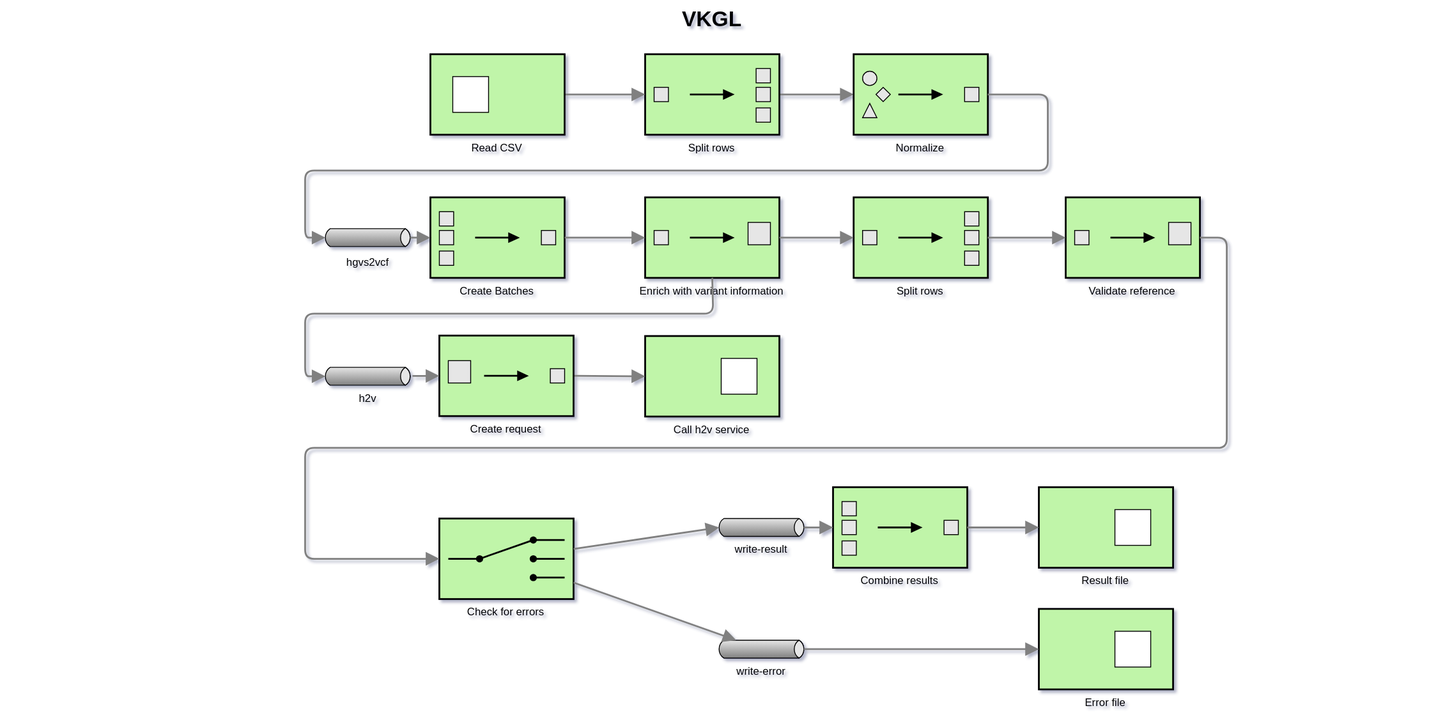
Earlier version of the draw.io export vkgl.svg (molgenis/data-transform-vkgl). Source tidied: cells renumbered, new cells last; positions are measured from the earlier drawing's top-left corner, leaving out a move shared by most shapes.
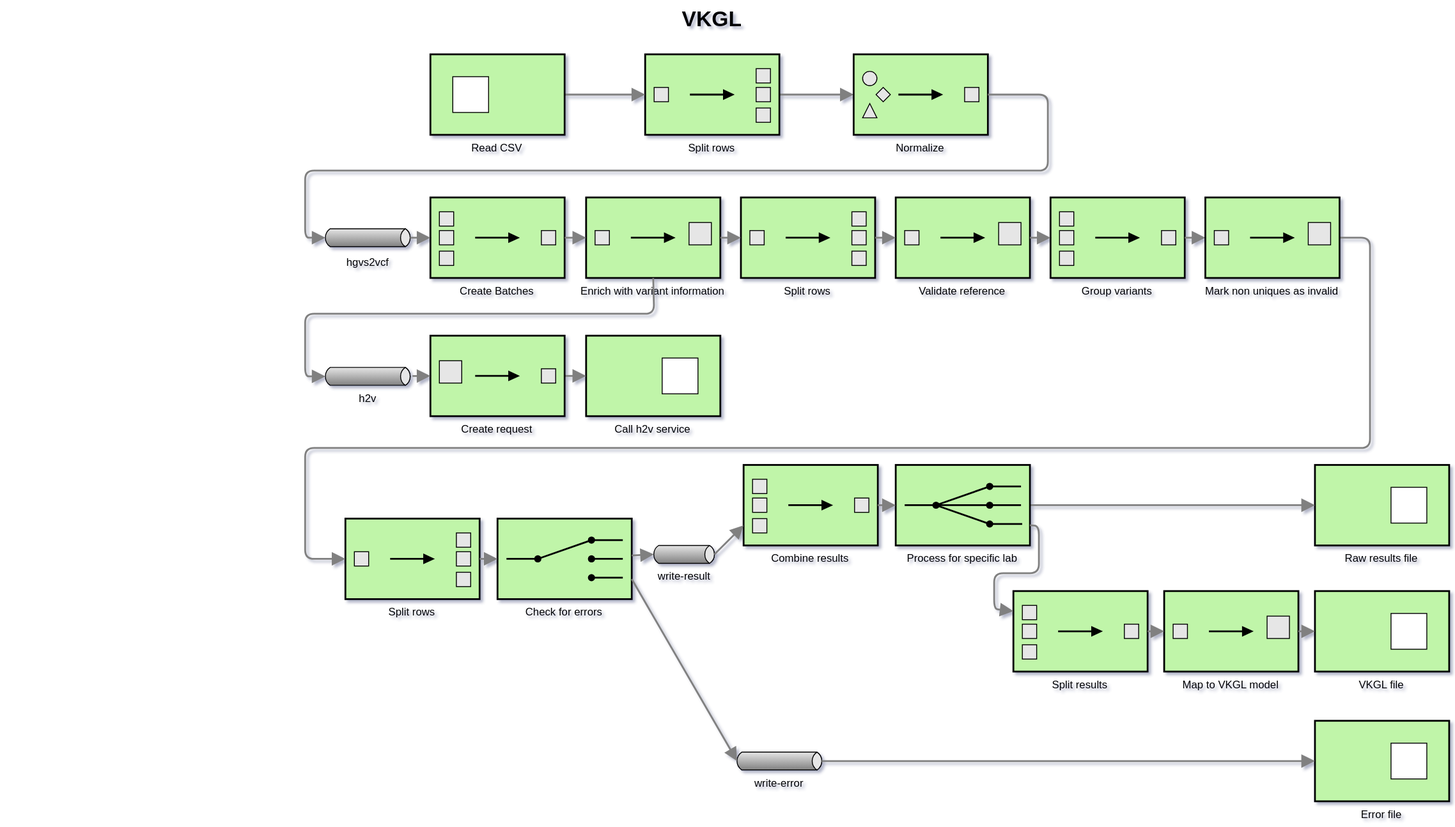
Above is the later version.

Commit message:
feat(UniquenessChecker): Write non unique variants to error file

Diff of the diagram source:
```diff
@@ -37,7 +37,7 @@
       <mxGeometry relative="1" as="geometry" />
     </mxCell>
     <mxCell id="11" value="Enrich with variant information&#10;&#10;" style="strokeWidth=2;outlineConnect=0;dashed=0;align=center;fontSize=12;fillColor=#c0f5a9;verticalLabelPosition=bottom;verticalAlign=top;strokeColor=#000000;shape=mxgraph.eip.content_enricher;" parent="1" vertex="1">
-      <mxGeometry x="720" y="220" width="150" height="90" as="geometry" />
+      <mxGeometry x="654" y="220" width="150" height="90" as="geometry" />
     </mxCell>
     <mxCell id="12" style="edgeStyle=none;html=1;strokeColor=#808080;endArrow=block;endSize=10;dashed=0;verticalAlign=bottom;strokeWidth=2;fontFamily=Verdana;fontSize=12;entryX=0;entryY=0.5;entryDx=0;entryDy=0;entryPerimeter=0;exitX=1;exitY=0.5;exitDx=0;exitDy=0;exitPerimeter=0;" parent="1" edge="1" source="9" target="11">
       <mxGeometry relative="1" as="geometry" />
@@ -48,7 +48,7 @@
     <mxCell id="14" style="edgeStyle=none;html=1;strokeColor=#808080;endArrow=block;endSize=10;dashed=0;verticalAlign=bottom;strokeWidth=2;fontFamily=Verdana;fontSize=12;entryX=0;entryY=0.5;entryDx=2.7;entryDy=0;entryPerimeter=0;exitX=0.5;exitY=1;exitDx=0;exitDy=0;exitPerimeter=0;" parent="1" edge="1" source="11" target="13">
       <mxGeometry relative="1" as="geometry">
         <Array as="points">
-          <mxPoint x="796" y="350" />
+          <mxPoint x="730" y="350" />
           <mxPoint x="340" y="350" />
           <mxPoint x="340" y="420" />
         </Array>
@@ -61,7 +61,7 @@
       <mxGeometry x="25" y="25" width="40" height="40" as="geometry" />
     </mxCell>
     <mxCell id="17" value="Call h2v service" style="strokeWidth=2;dashed=0;align=center;fontSize=12;shape=rect;verticalLabelPosition=bottom;verticalAlign=top;fillColor=#c0f5a9;strokeColor=#000000;" parent="1" vertex="1">
-      <mxGeometry x="720" y="375" width="150" height="90" as="geometry" />
+      <mxGeometry x="654" y="374.5" width="150" height="90" as="geometry" />
     </mxCell>
     <mxCell id="18" style="strokeWidth=1;dashed=0;align=center;fontSize=8;shape=rect;fillColor=#ffffff;strokeColor=#000000;" parent="17" vertex="1">
       <mxGeometry x="85" y="25" width="40" height="40" as="geometry" />
@@ -70,34 +70,34 @@
       <mxGeometry relative="1" as="geometry" />
     </mxCell>
     <mxCell id="20" value="Create request" style="strokeWidth=2;outlineConnect=0;dashed=0;align=center;fontSize=12;fillColor=#c0f5a9;verticalLabelPosition=bottom;verticalAlign=top;strokeColor=#000000;shape=mxgraph.eip.content_filter;" parent="1" vertex="1">
-      <mxGeometry x="490" y="374.5" width="150" height="90" as="geometry" />
+      <mxGeometry x="480" y="374.5" width="150" height="90" as="geometry" />
     </mxCell>
     <mxCell id="21" style="edgeStyle=none;html=1;strokeColor=#808080;endArrow=block;endSize=10;dashed=0;verticalAlign=bottom;strokeWidth=2;fontFamily=Verdana;fontSize=12;entryX=0;entryY=0.5;entryDx=0;entryDy=0;entryPerimeter=0;" parent="1" edge="1" source="13" target="20">
       <mxGeometry relative="1" as="geometry" />
     </mxCell>
     <mxCell id="22" value="Split rows" style="strokeWidth=2;outlineConnect=0;dashed=0;align=center;fontSize=12;fillColor=#c0f5a9;verticalLabelPosition=bottom;verticalAlign=top;strokeColor=#000000;shape=mxgraph.eip.splitter;" parent="1" vertex="1">
-      <mxGeometry x="953" y="220" width="150" height="90" as="geometry" />
+      <mxGeometry x="827" y="220" width="150" height="90" as="geometry" />
     </mxCell>
     <mxCell id="23" style="edgeStyle=none;html=1;strokeColor=#808080;endArrow=block;endSize=10;dashed=0;verticalAlign=bottom;strokeWidth=2;fontFamily=Verdana;fontSize=12;entryX=0;entryY=0.5;entryDx=0;entryDy=0;entryPerimeter=0;exitX=1;exitY=0.5;exitDx=0;exitDy=0;exitPerimeter=0;" parent="1" edge="1" source="11" target="22">
       <mxGeometry relative="1" as="geometry" />
     </mxCell>
     <mxCell id="24" value="write-result&lt;br style=&quot;font-size: 12px;&quot;&gt;" style="strokeWidth=1;outlineConnect=0;dashed=0;align=center;fontSize=12;shape=mxgraph.eip.messageChannel;html=1;verticalLabelPosition=bottom;strokeColor=#000000;verticalAlign=top;" parent="1" vertex="1">
-      <mxGeometry x="800" y="579" width="100" height="20" as="geometry" />
+      <mxGeometry x="727" y="609" width="73" height="20" as="geometry" />
     </mxCell>
     <mxCell id="25" value="write-error&lt;br style=&quot;font-size: 12px&quot;&gt;" style="strokeWidth=1;outlineConnect=0;dashed=0;align=center;fontSize=12;shape=mxgraph.eip.messageChannel;html=1;verticalLabelPosition=bottom;strokeColor=#000000;verticalAlign=top;" parent="1" vertex="1">
-      <mxGeometry x="800" y="715" width="100" height="20" as="geometry" />
+      <mxGeometry x="820" y="840" width="100" height="20" as="geometry" />
     </mxCell>
     <mxCell id="26" value="Check for errors" style="strokeWidth=2;outlineConnect=0;dashed=0;align=center;fontSize=12;fillColor=#c0f5a9;verticalLabelPosition=bottom;verticalAlign=top;strokeColor=#000000;shape=mxgraph.eip.content_based_router;" parent="1" vertex="1">
-      <mxGeometry x="490" y="579" width="150" height="90" as="geometry" />
+      <mxGeometry x="555" y="579" width="150" height="90" as="geometry" />
     </mxCell>
-    <mxCell id="27" value="Result file" style="strokeWidth=2;dashed=0;align=center;fontSize=12;shape=rect;verticalLabelPosition=bottom;verticalAlign=top;fillColor=#c0f5a9;strokeColor=#000000;" parent="1" vertex="1">
-      <mxGeometry x="1160" y="544" width="150" height="90" as="geometry" />
+    <mxCell id="27" value="Raw results file&#10;" style="strokeWidth=2;dashed=0;align=center;fontSize=12;shape=rect;verticalLabelPosition=bottom;verticalAlign=top;fillColor=#c0f5a9;strokeColor=#000000;" parent="1" vertex="1">
+      <mxGeometry x="1468.5" y="519" width="150" height="90" as="geometry" />
     </mxCell>
     <mxCell id="28" style="strokeWidth=1;dashed=0;align=center;fontSize=8;shape=rect;fillColor=#ffffff;strokeColor=#000000;" parent="27" vertex="1">
       <mxGeometry x="85" y="25" width="40" height="40" as="geometry" />
     </mxCell>
     <mxCell id="29" value="Error file" style="strokeWidth=2;dashed=0;align=center;fontSize=12;shape=rect;verticalLabelPosition=bottom;verticalAlign=top;fillColor=#c0f5a9;strokeColor=#000000;" parent="1" vertex="1">
-      <mxGeometry x="1160" y="680" width="150" height="90" as="geometry" />
+      <mxGeometry x="1468.5" y="805" width="150" height="90" as="geometry" />
     </mxCell>
     <mxCell id="30" style="strokeWidth=1;dashed=0;align=center;fontSize=8;shape=rect;fillColor=#ffffff;strokeColor=#000000;" parent="29" vertex="1">
       <mxGeometry x="85" y="25" width="40" height="40" as="geometry" />
@@ -106,35 +106,93 @@
       <mxGeometry relative="1" as="geometry" />
     </mxCell>
     <mxCell id="32" value="Combine results" style="strokeWidth=2;outlineConnect=0;dashed=0;align=center;fontSize=12;fillColor=#c0f5a9;verticalLabelPosition=bottom;verticalAlign=top;strokeColor=#000000;shape=mxgraph.eip.aggregator;" parent="1" vertex="1">
-      <mxGeometry x="930" y="544" width="150" height="90" as="geometry" />
+      <mxGeometry x="830" y="519" width="150" height="90" as="geometry" />
     </mxCell>
-    <mxCell id="33" style="edgeStyle=none;html=1;strokeColor=#808080;endArrow=block;endSize=10;dashed=0;verticalAlign=bottom;strokeWidth=2;fontFamily=Verdana;fontSize=12;entryX=0;entryY=0.5;entryDx=0;entryDy=0;" parent="1" edge="1" source="32" target="27">
+    <mxCell id="33" style="edgeStyle=none;html=1;strokeColor=#808080;endArrow=block;endSize=10;dashed=0;verticalAlign=bottom;strokeWidth=2;fontFamily=Verdana;fontSize=12;entryX=0;entryY=0.5;entryDx=0;entryDy=0;" parent="1" edge="1" source="49" target="27">
       <mxGeometry relative="1" as="geometry" />
     </mxCell>
-    <mxCell id="34" style="edgeStyle=none;html=1;strokeColor=#808080;endArrow=block;endSize=10;dashed=0;verticalAlign=bottom;strokeWidth=2;fontFamily=Verdana;fontSize=12;entryX=0;entryY=0.5;entryDx=0;entryDy=0;entryPerimeter=0;exitX=1;exitY=0.5;exitDx=-2.7;exitDy=0;exitPerimeter=0;" parent="1" edge="1" source="24" target="32">
+    <mxCell id="34" style="edgeStyle=none;html=1;strokeColor=#808080;endArrow=block;endSize=10;dashed=0;verticalAlign=bottom;strokeWidth=2;fontFamily=Verdana;fontSize=12;entryX=0;entryY=0.75;entryDx=0;entryDy=0;entryPerimeter=0;exitX=1;exitY=0.5;exitDx=-2.7;exitDy=0;exitPerimeter=0;" parent="1" edge="1" source="24" target="32">
       <mxGeometry relative="1" as="geometry" />
     </mxCell>
     <mxCell id="35" value="Validate reference&#10;" style="strokeWidth=2;outlineConnect=0;dashed=0;align=center;fontSize=12;fillColor=#c0f5a9;verticalLabelPosition=bottom;verticalAlign=top;strokeColor=#000000;shape=mxgraph.eip.content_enricher;" parent="1" vertex="1">
-      <mxGeometry x="1190" y="220" width="150" height="90" as="geometry" />
+      <mxGeometry x="1000" y="220" width="150" height="90" as="geometry" />
     </mxCell>
     <mxCell id="36" style="edgeStyle=none;html=1;strokeColor=#808080;endArrow=block;endSize=10;dashed=0;verticalAlign=bottom;strokeWidth=2;fontFamily=Verdana;fontSize=12;entryX=0;entryY=0.5;entryDx=0;entryDy=0;entryPerimeter=0;" parent="1" edge="1" source="22" target="35">
       <mxGeometry relative="1" as="geometry" />
     </mxCell>
-    <mxCell id="37" style="edgeStyle=none;html=1;strokeColor=#808080;endArrow=block;endSize=10;dashed=0;verticalAlign=bottom;strokeWidth=2;fontFamily=Verdana;fontSize=12;entryX=0;entryY=0.5;entryDx=0;entryDy=0;entryPerimeter=0;exitX=1;exitY=0.5;exitDx=0;exitDy=0;exitPerimeter=0;" parent="1" edge="1" source="35" target="26">
-      <mxGeometry relative="1" as="geometry">
-        <Array as="points">
-          <mxPoint x="1370" y="265" />
-          <mxPoint x="1370" y="500" />
-          <mxPoint x="340" y="500" />
-          <mxPoint x="340" y="624" />
-        </Array>
-      </mxGeometry>
-    </mxCell>
     <mxCell id="38" style="edgeStyle=none;html=1;strokeColor=#808080;endArrow=block;endSize=10;dashed=0;verticalAlign=bottom;strokeWidth=2;fontFamily=Verdana;fontSize=12;entryX=0;entryY=0.5;entryDx=2.7;entryDy=0;entryPerimeter=0;" parent="1" edge="1" source="26" target="24">
       <mxGeometry relative="1" as="geometry" />
     </mxCell>
-    <mxCell id="39" style="edgeStyle=none;html=1;strokeColor=#808080;endArrow=block;endSize=10;dashed=0;verticalAlign=bottom;strokeWidth=2;fontFamily=Verdana;fontSize=12;" parent="1" edge="1" source="26" target="25">
+    <mxCell id="39" style="edgeStyle=none;html=1;strokeColor=#808080;endArrow=block;endSize=10;dashed=0;verticalAlign=bottom;strokeWidth=2;fontFamily=Verdana;fontSize=12;exitX=1;exitY=0.75;exitDx=0;exitDy=0;exitPerimeter=0;entryX=0;entryY=0.5;entryDx=2.7;entryDy=0;entryPerimeter=0;" parent="1" edge="1" source="26" target="25">
       <mxGeometry relative="1" as="geometry" />
     </mxCell>
+    <mxCell id="40" value="Group variants&#10;" style="strokeWidth=2;outlineConnect=0;dashed=0;align=center;fontSize=12;fillColor=#c0f5a9;verticalLabelPosition=bottom;verticalAlign=top;strokeColor=#000000;shape=mxgraph.eip.aggregator;" parent="1" vertex="1">
+      <mxGeometry x="1173" y="220" width="150" height="90" as="geometry" />
+    </mxCell>
+    <mxCell id="41" style="edgeStyle=none;html=1;strokeColor=#808080;endArrow=block;endSize=10;dashed=0;verticalAlign=bottom;strokeWidth=2;fontFamily=Verdana;fontSize=12;exitX=1;exitY=0.5;exitDx=0;exitDy=0;exitPerimeter=0;entryX=0;entryY=0.5;entryDx=0;entryDy=0;entryPerimeter=0;" parent="1" edge="1" source="35" target="40">
+      <mxGeometry relative="1" as="geometry" />
+    </mxCell>
+    <mxCell id="42" value="Split rows&#10;" style="strokeWidth=2;outlineConnect=0;dashed=0;align=center;fontSize=12;fillColor=#c0f5a9;verticalLabelPosition=bottom;verticalAlign=top;strokeColor=#000000;shape=mxgraph.eip.splitter;" parent="1" vertex="1">
+      <mxGeometry x="385" y="579" width="150" height="90" as="geometry" />
+    </mxCell>
+    <mxCell id="43" value="&lt;span style=&quot;font-family: &amp;#34;helvetica&amp;#34; , &amp;#34;arial&amp;#34; , sans-serif ; font-size: 0px&quot;&gt;%3CmxGraphModel%3E%3Croot%3E%3CmxCell%20id%3D%220%22%2F%3E%3CmxCell%20id%3D%221%22%20parent%3D%220%22%2F%3E%3CmxCell%20id%3D%222%22%20value%3D%22%22%20style%3D%22edgeStyle%3Dnone%3Bhtml%3D1%3BstrokeColor%3D%23808080%3BendArrow%3Dblock%3BendSize%3D10%3Bdashed%3D0%3BverticalAlign%3Dbottom%3BstrokeWidth%3D2%3BfontFamily%3DVerdana%3BexitX%3D1%3BexitY%3D0.5%3BexitDx%3D0%3BexitDy%3D0%3BexitPerimeter%3D0%3BentryX%3D0%3BentryY%3D0.5%3BentryDx%3D0%3BentryDy%3D0%3BentryPerimeter%3D0%3B%22%20edge%3D%221%22%20parent%3D%221%22%3E%3CmxGeometry%20width%3D%22160%22%20relative%3D%221%22%20as%3D%22geometry%22%3E%3CmxPoint%20x%3D%22540%22%20y%3D%22195%22%20as%3D%22sourcePoint%22%2F%3E%3CmxPoint%20x%3D%22623%22%20y%3D%22195%22%20as%3D%22targetPoint%22%2F%3E%3C%2FmxGeometry%3E%3C%2FmxCell%3E%3C%2Froot%3E%3C%2FmxGraphModel%3E&lt;/span&gt;" style="text;html=1;align=left;verticalAlign=top;spacingTop=-4;fontSize=12;" parent="1" vertex="1">
+      <mxGeometry x="1579.5" y="376" width="20" height="20" as="geometry" />
+    </mxCell>
+    <mxCell id="44" style="edgeStyle=none;html=1;strokeColor=#808080;endArrow=block;endSize=10;dashed=0;verticalAlign=bottom;strokeWidth=2;fontFamily=Verdana;exitX=1;exitY=0.5;exitDx=0;exitDy=0;exitPerimeter=0;" parent="1" edge="1" source="40">
+      <mxGeometry relative="1" as="geometry">
+        <mxPoint x="1346" y="265" as="targetPoint" />
+      </mxGeometry>
+    </mxCell>
+    <mxCell id="45" value="Map to VKGL model&#10;" style="strokeWidth=2;outlineConnect=0;dashed=0;align=center;fontSize=12;fillColor=#c0f5a9;verticalLabelPosition=bottom;verticalAlign=top;strokeColor=#000000;shape=mxgraph.eip.content_enricher;" parent="1" vertex="1">
+      <mxGeometry x="1300" y="660" width="150" height="90" as="geometry" />
+    </mxCell>
+    <mxCell id="46" value="Split results" style="strokeWidth=2;outlineConnect=0;dashed=0;align=center;fontSize=12;fillColor=#c0f5a9;verticalLabelPosition=bottom;verticalAlign=top;strokeColor=#000000;shape=mxgraph.eip.aggregator;" parent="1" vertex="1">
+      <mxGeometry x="1131.5" y="660" width="150" height="90" as="geometry" />
+    </mxCell>
+    <mxCell id="47" value="VKGL file&#10;" style="strokeWidth=2;dashed=0;align=center;fontSize=12;shape=rect;verticalLabelPosition=bottom;verticalAlign=top;fillColor=#c0f5a9;strokeColor=#000000;" parent="1" vertex="1">
+      <mxGeometry x="1468.5" y="660" width="150" height="90" as="geometry" />
+    </mxCell>
+    <mxCell id="48" style="strokeWidth=1;dashed=0;align=center;fontSize=8;shape=rect;fillColor=#ffffff;strokeColor=#000000;" parent="47" vertex="1">
+      <mxGeometry x="85" y="25" width="40" height="40" as="geometry" />
+    </mxCell>
+    <mxCell id="49" value="Process for specific lab" style="strokeWidth=2;outlineConnect=0;dashed=0;align=center;fontSize=12;fillColor=#c0f5a9;verticalLabelPosition=bottom;verticalAlign=top;strokeColor=#000000;shape=mxgraph.eip.recipient_list;" parent="1" vertex="1">
+      <mxGeometry x="1000" y="519" width="150" height="90" as="geometry" />
+    </mxCell>
+    <mxCell id="50" style="edgeStyle=none;html=1;strokeColor=#808080;endArrow=block;endSize=10;dashed=0;verticalAlign=bottom;strokeWidth=2;fontFamily=Verdana;fontSize=12;entryX=0;entryY=0.5;entryDx=0;entryDy=0;" parent="1" edge="1" source="32" target="49">
+      <mxGeometry relative="1" as="geometry" />
+    </mxCell>
+    <mxCell id="51" style="edgeStyle=none;html=1;strokeColor=#808080;endArrow=block;endSize=10;dashed=0;verticalAlign=bottom;strokeWidth=2;fontFamily=Verdana;fontSize=12;exitX=1;exitY=0.5;exitDx=0;exitDy=0;exitPerimeter=0;entryX=0;entryY=0.5;entryDx=0;entryDy=0;entryPerimeter=0;" parent="1" edge="1" target="42">
+      <mxGeometry relative="1" as="geometry">
+        <mxPoint x="1496" y="265" as="sourcePoint" />
+        <Array as="points">
+          <mxPoint x="1530" y="265" />
+          <mxPoint x="1530" y="500" />
+          <mxPoint x="340" y="500" />
+          <mxPoint x="340" y="624" />
+        </Array>
+      </mxGeometry>
+    </mxCell>
+    <mxCell id="52" style="edgeStyle=none;html=1;strokeColor=#808080;endArrow=block;endSize=10;dashed=0;verticalAlign=bottom;strokeWidth=2;fontFamily=Verdana;fontSize=12;exitX=1;exitY=0.5;exitDx=0;exitDy=0;exitPerimeter=0;" parent="1" edge="1" source="42" target="26">
+      <mxGeometry relative="1" as="geometry" />
+    </mxCell>
+    <mxCell id="53" style="edgeStyle=none;html=1;strokeColor=#808080;endArrow=block;endSize=10;dashed=0;verticalAlign=bottom;strokeWidth=2;fontFamily=Verdana;fontSize=12;entryX=0;entryY=0.5;entryDx=0;entryDy=0;exitX=1;exitY=0.5;exitDx=0;exitDy=0;exitPerimeter=0;" parent="1" edge="1" source="45" target="47">
+      <mxGeometry relative="1" as="geometry" />
+    </mxCell>
+    <mxCell id="54" style="edgeStyle=none;html=1;strokeColor=#808080;endArrow=block;endSize=10;dashed=0;verticalAlign=bottom;strokeWidth=2;fontFamily=Verdana;fontSize=12;exitX=1;exitY=0.75;exitDx=0;exitDy=0;exitPerimeter=0;entryX=0;entryY=0.25;entryDx=0;entryDy=0;entryPerimeter=0;" parent="1" edge="1" source="49" target="46">
+      <mxGeometry relative="1" as="geometry">
+        <Array as="points">
+          <mxPoint x="1160" y="587" />
+          <mxPoint x="1160" y="640" />
+          <mxPoint x="1110" y="640" />
+          <mxPoint x="1110" y="680" />
+        </Array>
+      </mxGeometry>
+    </mxCell>
+    <mxCell id="55" style="edgeStyle=none;html=1;strokeColor=#808080;endArrow=block;endSize=10;dashed=0;verticalAlign=bottom;strokeWidth=2;fontFamily=Verdana;fontSize=12;entryX=0;entryY=0.5;entryDx=0;entryDy=0;entryPerimeter=0;exitX=1;exitY=0.5;exitDx=0;exitDy=0;exitPerimeter=0;" parent="1" edge="1" source="46" target="45">
+      <mxGeometry relative="1" as="geometry" />
+    </mxCell>
+    <mxCell id="56" value="Mark non uniques as invalid" style="strokeWidth=2;dashed=0;align=center;fontSize=12;fillColor=#c0f5a9;verticalLabelPosition=bottom;verticalAlign=top;strokeColor=#000000;shape=mxgraph.eip.content_enricher;" parent="1" vertex="1">
+      <mxGeometry x="1346" y="220" width="150" height="90" as="geometry" />
+    </mxCell>
   </root>
 </mxGraphModel>
```
